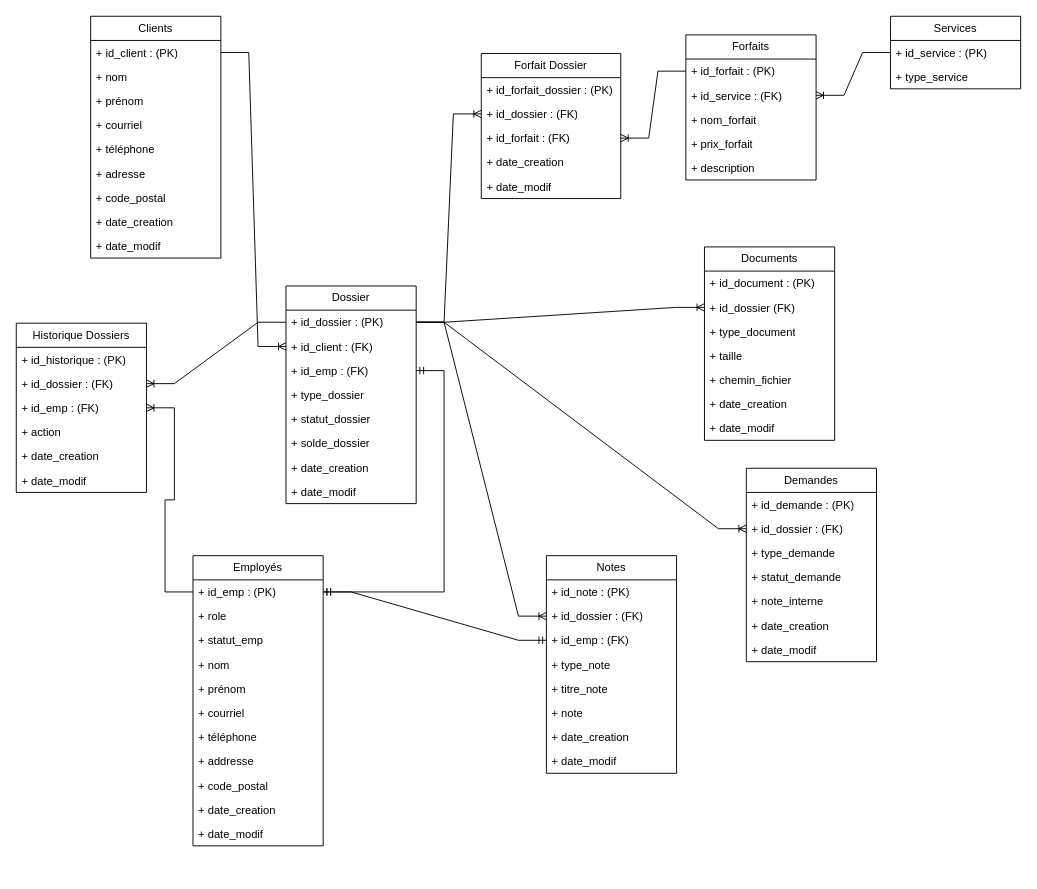
JeHudon/BelleVibe keeps this draw.io diagram as Mandat 1 - Planification/BelleVibe Modèle Relationnel.drawio. Above is the earlier version. Source tidied: cells renumbered, new cells numbered last; positions are measured from the earlier drawing's top-left corner, leaving out a move shared by most shapes. Both pictures are drawn from the tidied source at 93%, with x=0, y=0 at pixel (16, 16).
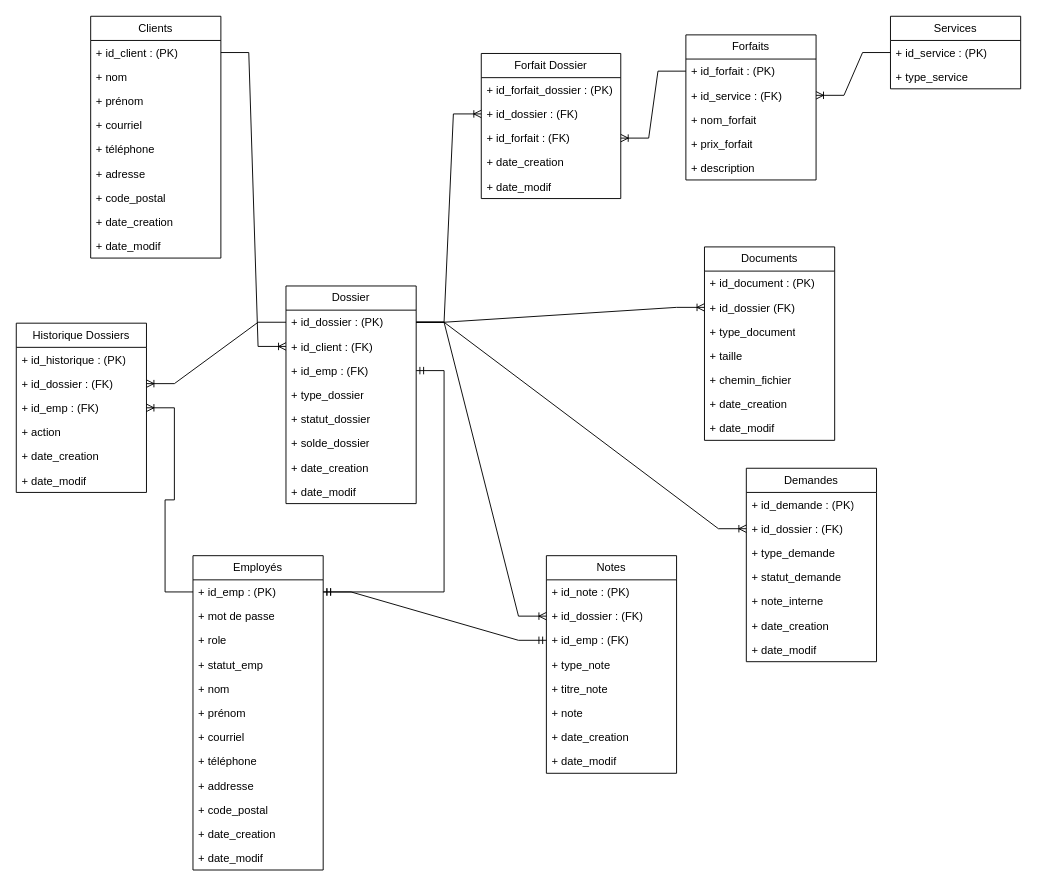
The same diagram, later.

Commit message (it also covers changes not shown here):
MODIFICATION APRES MANDAT : ajout du Mot de passe pour les employés

The edit, as a diff of the source:
```diff
@@
     <mxCell id="12" value="Employés" style="swimlane;fontStyle=0;horizontal=1;startSize=26;fillColor=none;whiteSpace=wrap;html=1;" parent="1" vertex="1">
-      <mxGeometry x="190" y="580" width="140" height="312" as="geometry" />
+      <mxGeometry x="190" y="580" width="140" height="338" as="geometry" />
     </mxCell>
@@
+    <mxCell id="91" value="+ mot de passe" style="text;strokeColor=none;fillColor=none;align=left;verticalAlign=top;spacingLeft=4;spacingRight=4;overflow=hidden;whiteSpace=wrap;html=1;" parent="12" vertex="1">
+      <mxGeometry y="52" width="140" height="26" as="geometry" />
+    </mxCell>
     <mxCell id="14" value="+ role&lt;div&gt;&lt;br&gt;&lt;/div&gt;" style="text;strokeColor=none;fillColor=none;align=left;verticalAlign=top;spacingLeft=4;spacingRight=4;overflow=hidden;whiteSpace=wrap;html=1;" parent="12" vertex="1">
-      <mxGeometry y="52" width="140" height="26" as="geometry" />
+      <mxGeometry y="78" width="140" height="26" as="geometry" />
     </mxCell>
     <mxCell id="15" value="+ statut_emp" style="text;strokeColor=none;fillColor=none;align=left;verticalAlign=top;spacingLeft=4;spacingRight=4;overflow=hidden;whiteSpace=wrap;html=1;" parent="12" vertex="1">
-      <mxGeometry y="78" width="140" height="26" as="geometry" />
+      <mxGeometry y="104" width="140" height="26" as="geometry" />
     </mxCell>
     <mxCell id="16" value="+ nom&amp;nbsp;" style="text;strokeColor=none;fillColor=none;align=left;verticalAlign=top;spacingLeft=4;spacingRight=4;overflow=hidden;whiteSpace=wrap;html=1;" parent="12" vertex="1">
-      <mxGeometry y="104" width="140" height="26" as="geometry" />
+      <mxGeometry y="130" width="140" height="26" as="geometry" />
     </mxCell>
     <mxCell id="17" value="+ prénom&amp;nbsp;" style="text;strokeColor=none;fillColor=none;align=left;verticalAlign=top;spacingLeft=4;spacingRight=4;overflow=hidden;whiteSpace=wrap;html=1;" parent="12" vertex="1">
-      <mxGeometry y="130" width="140" height="26" as="geometry" />
+      <mxGeometry y="156" width="140" height="26" as="geometry" />
     </mxCell>
     <mxCell id="18" value="+ courriel" style="text;strokeColor=none;fillColor=none;align=left;verticalAlign=top;spacingLeft=4;spacingRight=4;overflow=hidden;whiteSpace=wrap;html=1;" parent="12" vertex="1">
-      <mxGeometry y="156" width="140" height="26" as="geometry" />
+      <mxGeometry y="182" width="140" height="26" as="geometry" />
     </mxCell>
     <mxCell id="19" value="+ téléphone" style="text;strokeColor=none;fillColor=none;align=left;verticalAlign=top;spacingLeft=4;spacingRight=4;overflow=hidden;whiteSpace=wrap;html=1;" parent="12" vertex="1">
-      <mxGeometry y="182" width="140" height="26" as="geometry" />
+      <mxGeometry y="208" width="140" height="26" as="geometry" />
     </mxCell>
     <mxCell id="20" value="+ addresse&amp;nbsp;" style="text;strokeColor=none;fillColor=none;align=left;verticalAlign=top;spacingLeft=4;spacingRight=4;overflow=hidden;whiteSpace=wrap;html=1;" parent="12" vertex="1">
-      <mxGeometry y="208" width="140" height="26" as="geometry" />
+      <mxGeometry y="234" width="140" height="26" as="geometry" />
     </mxCell>
     <mxCell id="21" value="+ code_postal" style="text;strokeColor=none;fillColor=none;align=left;verticalAlign=top;spacingLeft=4;spacingRight=4;overflow=hidden;whiteSpace=wrap;html=1;" parent="12" vertex="1">
-      <mxGeometry y="234" width="140" height="26" as="geometry" />
+      <mxGeometry y="260" width="140" height="26" as="geometry" />
     </mxCell>
     <mxCell id="22" value="+ date_creation&lt;div&gt;&lt;br&gt;&lt;/div&gt;" style="text;strokeColor=none;fillColor=none;align=left;verticalAlign=top;spacingLeft=4;spacingRight=4;overflow=hidden;whiteSpace=wrap;html=1;" parent="12" vertex="1">
-      <mxGeometry y="260" width="140" height="26" as="geometry" />
+      <mxGeometry y="286" width="140" height="26" as="geometry" />
     </mxCell>
     <mxCell id="23" value="+ date_modif" style="text;strokeColor=none;fillColor=none;align=left;verticalAlign=top;spacingLeft=4;spacingRight=4;overflow=hidden;whiteSpace=wrap;html=1;" parent="12" vertex="1">
-      <mxGeometry y="286" width="140" height="26" as="geometry" />
+      <mxGeometry y="312" width="140" height="26" as="geometry" />
     </mxCell>
```
